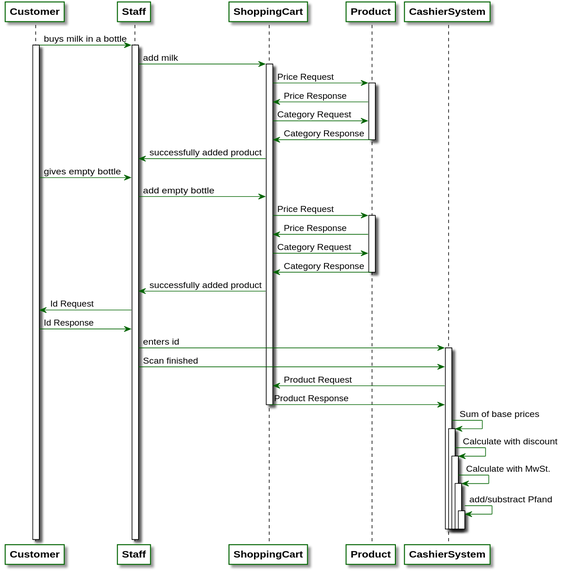
Before: src/main/asciidoc/models/analysis/SequenceDiagrams/SequenceDiagram1.svg, a diagram exported from PlantUML (LimitlessGreen/swt18w43). Its diagram source:
```plantuml
@startuml

skinparam linetype ortho
hide circle

skinparam participant{
    BorderColor darkgreen
    BackgroundColor white
    FontStyle bold
}

skinparam arrow{
    Color darkgreen
}

skinparam sequence{
    LifeLineBorderColor black
}

Customer -> Staff: buys milk in a bottle
activate Staff
activate Customer
ShoppingCart <- Staff: add milk
activate ShoppingCart
ShoppingCart -> Product: Price Request
activate Product
ShoppingCart <- Product: Price Response
ShoppingCart -> Product: Category Request
ShoppingCart <- Product: Category Response
deactivate Product
ShoppingCart -> Staff: successfully added product
Customer -> Staff: gives empty bottle
Staff -> ShoppingCart: add empty bottle
ShoppingCart -> Product: Price Request
activate Product
ShoppingCart <- Product: Price Response
ShoppingCart -> Product: Category Request
ShoppingCart <- Product: Category Response
deactivate Product
ShoppingCart -> Staff: successfully added product
Customer <- Staff: Id Request
Customer -> Staff: Id Response
Staff -> CashierSystem: enters id
activate CashierSystem
Staff -> CashierSystem: Scan finished
CashierSystem -> ShoppingCart: Product Request
CashierSystem <- ShoppingCart: Product Response
deactivate ShoppingCart
CashierSystem -> CashierSystem: Sum of base prices
activate CashierSystem
CashierSystem -> CashierSystem: Calculate with discount
activate CashierSystem
CashierSystem -> CashierSystem: Calculate with MwSt.
activate CashierSystem
CashierSystem -> CashierSystem: add/substract Pfand
activate CashierSystem
deactivate CashierSystem
deactivate CashierSystem
deactivate CashierSystem
deactivate CashierSystem
deactivate CashierSystem

@enduml
```
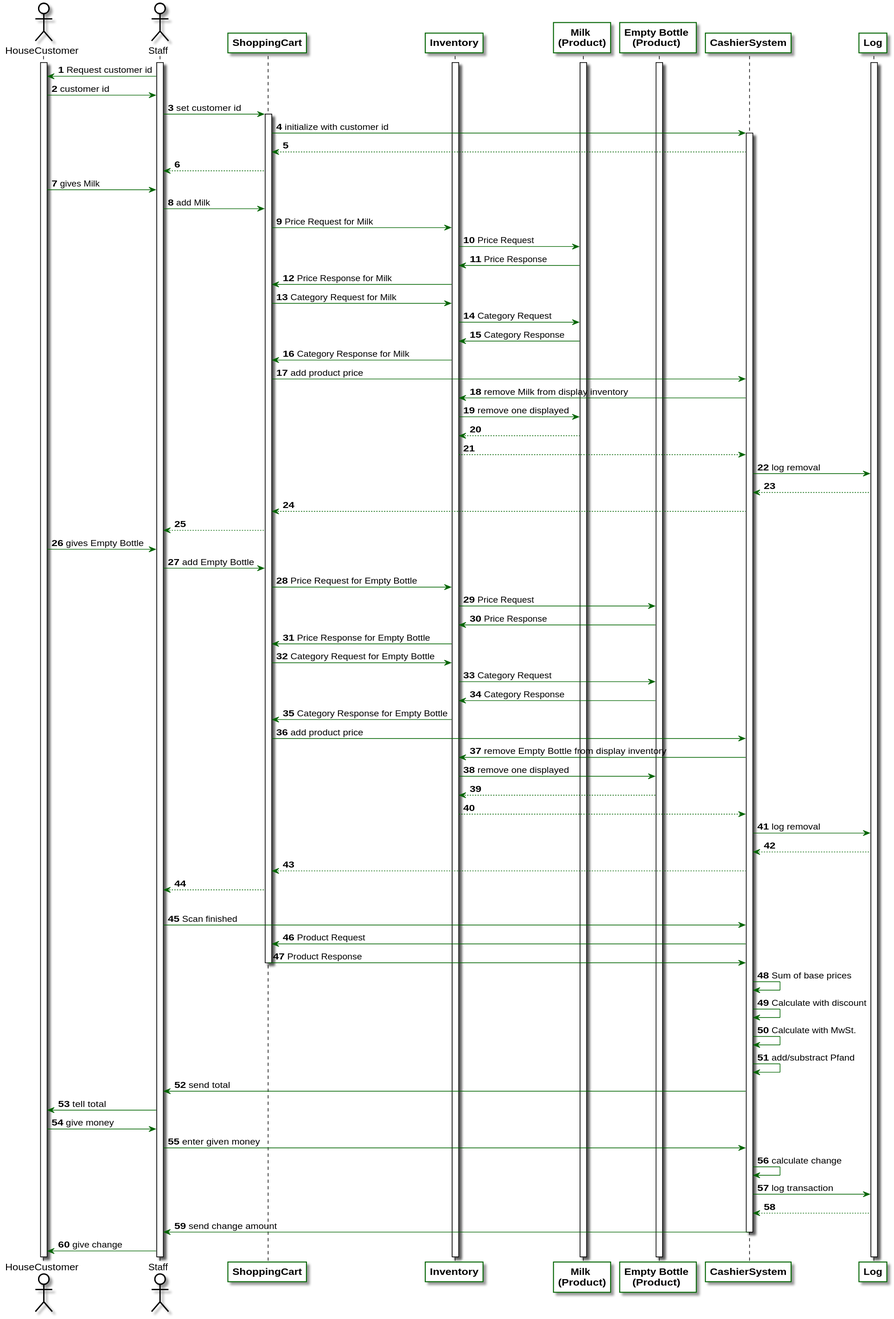
Above is the later version.

Diff of the diagram source:
```diff
@@ -17,47 +17,111 @@
     LifeLineBorderColor black
 }
 
-Customer -> Staff: buys milk in a bottle
+skinparam Actor{
+    BorderColor black
+    BackgroundColor white
+}
+
+autonumber
+
+actor HouseCustomer
+actor Staff
+participant ShoppingCart
+participant Inventory
+participant "Milk \n(Product)" as Product1
+participant "Empty Bottle \n(Product) " as Product2
+participant CashierSystem
+participant Log
+
 activate Staff
-activate Customer
-ShoppingCart <- Staff: add milk
+activate HouseCustomer
+activate Product1
+activate Product2
+activate Inventory
+activate Log
+
+
+HouseCustomer <- Staff: Request customer id
+HouseCustomer -> Staff:  customer id
+Staff -> ShoppingCart: set customer id
 activate ShoppingCart
-ShoppingCart -> Product: Price Request
-activate Product
-ShoppingCart <- Product: Price Response
-ShoppingCart -> Product: Category Request
-ShoppingCart <- Product: Category Response
-deactivate Product
-ShoppingCart -> Staff: successfully added product
-Customer -> Staff: gives empty bottle
-Staff -> ShoppingCart: add empty bottle
-ShoppingCart -> Product: Price Request
-activate Product
-ShoppingCart <- Product: Price Response
-ShoppingCart -> Product: Category Request
-ShoppingCart <- Product: Category Response
-deactivate Product
-ShoppingCart -> Staff: successfully added product
-Customer <- Staff: Id Request
-Customer -> Staff: Id Response
-Staff -> CashierSystem: enters id
+
+ShoppingCart -> CashierSystem: initialize with customer id
 activate CashierSystem
+
+CashierSystem --> ShoppingCart
+ShoppingCart --> Staff
+
+
+
+
+    HouseCustomer -> Staff: gives Milk
+    ShoppingCart <- Staff: add Milk
+    ShoppingCart -> Inventory: Price Request for Milk
+    Inventory -> Product1: Price Request
+    Inventory <- Product1: Price Response
+    Inventory -> ShoppingCart: Price Response for Milk
+
+    ShoppingCart -> Inventory: Category Request for Milk
+    Inventory -> Product1: Category Request
+    Inventory <- Product1: Category Response
+    Inventory -> ShoppingCart: Category Response for Milk
+
+    ShoppingCart -> CashierSystem: add product price
+    CashierSystem -> Inventory: remove Milk from display inventory
+    Inventory -> Product1: remove one displayed
+    Inventory <-- Product1
+    Inventory --> CashierSystem
+    CashierSystem -> Log: log removal
+    Log --> CashierSystem
+    CashierSystem --> ShoppingCart
+
+    ShoppingCart --> Staff
+
+
+
+    HouseCustomer -> Staff: gives Empty Bottle
+    ShoppingCart <- Staff: add Empty Bottle
+    ShoppingCart -> Inventory: Price Request for Empty Bottle
+    Inventory -> Product2: Price Request
+    Inventory <- Product2: Price Response
+    Inventory -> ShoppingCart: Price Response for Empty Bottle
+
+    ShoppingCart -> Inventory: Category Request for Empty Bottle
+    Inventory -> Product2: Category Request
+    Inventory <- Product2: Category Response
+    Inventory -> ShoppingCart: Category Response for Empty Bottle
+
+    ShoppingCart -> CashierSystem: add product price
+    CashierSystem -> Inventory: remove Empty Bottle from display inventory
+    Inventory -> Product2: remove one displayed
+    Inventory <-- Product2
+    Inventory --> CashierSystem
+    CashierSystem -> Log: log removal
+    Log --> CashierSystem
+    CashierSystem --> ShoppingCart
+
+    ShoppingCart --> Staff
+
+|||
 Staff -> CashierSystem: Scan finished
 CashierSystem -> ShoppingCart: Product Request
 CashierSystem <- ShoppingCart: Product Response
 deactivate ShoppingCart
 CashierSystem -> CashierSystem: Sum of base prices
-activate CashierSystem
 CashierSystem -> CashierSystem: Calculate with discount
-activate CashierSystem
 CashierSystem -> CashierSystem: Calculate with MwSt.
-activate CashierSystem
 CashierSystem -> CashierSystem: add/substract Pfand
-activate CashierSystem
+CashierSystem -> Staff: send total
+Staff -> HouseCustomer: tell total
+HouseCustomer -> Staff: give money
+Staff -> CashierSystem: enter given money
+CashierSystem -> CashierSystem: calculate change
+CashierSystem -> Log: log transaction
+CashierSystem <-- Log
+CashierSystem -> Staff: send change amount
 deactivate CashierSystem
-deactivate CashierSystem
-deactivate CashierSystem
-deactivate CashierSystem
-deactivate CashierSystem
+Staff -> HouseCustomer: give change
+
 
 @enduml
```
